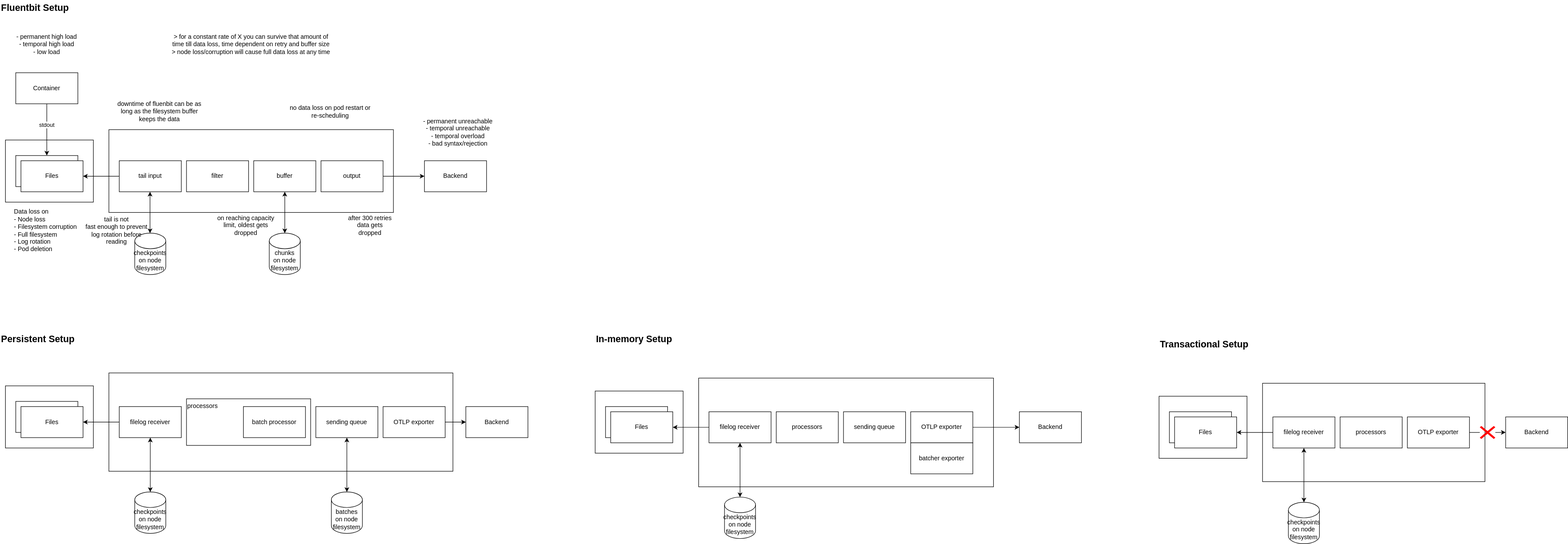
Before: telemetry-manager/logs-otlp-validation/architecture.drawio.svg, a diagram exported from draw.io (TeodorSAP/playground). Source tidied: cells renumbered, new cells last; positions are measured from the earlier drawing's top-left corner, leaving out a move shared by most shapes. Its diagram source:
```xml
<mxGraphModel>
  <root>
    <mxCell id="0" />
    <mxCell id="1" parent="0" />
    <mxCell id="2" style="rounded=0;whiteSpace=wrap;html=1;" parent="1" vertex="1">
      <mxGeometry x="10" y="270" width="170" height="120" as="geometry" />
    </mxCell>
    <mxCell id="3" value="Backend" style="rounded=0;whiteSpace=wrap;html=1;" parent="1" vertex="1">
      <mxGeometry x="820" y="310" width="120" height="60" as="geometry" />
    </mxCell>
    <mxCell id="4" value="Files" style="rounded=0;whiteSpace=wrap;html=1;" parent="1" vertex="1">
      <mxGeometry x="30" y="300" width="120" height="60" as="geometry" />
    </mxCell>
    <mxCell id="5" value="Files" style="rounded=0;whiteSpace=wrap;html=1;" parent="1" vertex="1">
      <mxGeometry x="40" y="310" width="120" height="60" as="geometry" />
    </mxCell>
    <mxCell id="6" style="rounded=0;whiteSpace=wrap;html=1;" parent="1" vertex="1">
      <mxGeometry x="210" y="250" width="550" height="160" as="geometry" />
    </mxCell>
    <mxCell id="7" style="edgeStyle=none;html=1;exitX=0;exitY=0.5;exitDx=0;exitDy=0;entryX=1;entryY=0.5;entryDx=0;entryDy=0;" parent="1" edge="1" source="8" target="5">
      <mxGeometry relative="1" as="geometry" />
    </mxCell>
    <mxCell id="8" value="tail input" style="rounded=0;whiteSpace=wrap;html=1;" parent="1" vertex="1">
      <mxGeometry x="230" y="310" width="120" height="60" as="geometry" />
    </mxCell>
    <mxCell id="9" value="Data loss on&lt;br&gt;- Node loss&lt;br&gt;- Filesystem corruption&lt;br&gt;- Full filesystem&lt;br&gt;- Log rotation&lt;br&gt;- Pod deletion" style="text;html=1;strokeColor=none;fillColor=none;align=left;verticalAlign=middle;whiteSpace=wrap;rounded=0;" parent="1" vertex="1">
      <mxGeometry x="25" y="420" width="135" height="50" as="geometry" />
    </mxCell>
    <mxCell id="10" style="edgeStyle=none;html=1;exitX=0.5;exitY=1;exitDx=0;exitDy=0;" parent="1" edge="1" source="12" target="4">
      <mxGeometry relative="1" as="geometry" />
    </mxCell>
    <mxCell id="11" value="stdout" style="edgeLabel;html=1;align=center;verticalAlign=middle;" parent="10" vertex="1">
      <mxGeometry x="-0.19" y="-1" relative="1" as="geometry" />
    </mxCell>
    <mxCell id="12" value="Container" style="rounded=0;whiteSpace=wrap;html=1;" parent="1" vertex="1">
      <mxGeometry x="30" y="140" width="120" height="60" as="geometry" />
    </mxCell>
    <mxCell id="13" value="filter" style="rounded=0;whiteSpace=wrap;html=1;" parent="1" vertex="1">
      <mxGeometry x="360" y="310" width="120" height="60" as="geometry" />
    </mxCell>
    <mxCell id="14" style="edgeStyle=none;html=1;exitX=0.5;exitY=1;exitDx=0;exitDy=0;entryX=0.5;entryY=0;entryDx=0;entryDy=0;entryPerimeter=0;startArrow=classic;startFill=1;" parent="1" edge="1" source="15" target="18">
      <mxGeometry relative="1" as="geometry" />
    </mxCell>
    <mxCell id="15" value="buffer" style="rounded=0;whiteSpace=wrap;html=1;" parent="1" vertex="1">
      <mxGeometry x="490" y="310" width="120" height="60" as="geometry" />
    </mxCell>
    <mxCell id="16" style="edgeStyle=none;html=1;exitX=1;exitY=0.5;exitDx=0;exitDy=0;startArrow=none;startFill=0;" parent="1" edge="1" source="17" target="3">
      <mxGeometry relative="1" as="geometry" />
    </mxCell>
    <mxCell id="17" value="output" style="rounded=0;whiteSpace=wrap;html=1;" parent="1" vertex="1">
      <mxGeometry x="620" y="310" width="120" height="60" as="geometry" />
    </mxCell>
    <mxCell id="18" value="chunks&lt;br&gt;on node filesystem" style="shape=cylinder3;whiteSpace=wrap;html=1;boundedLbl=1;backgroundOutline=1;size=15;" parent="1" vertex="1">
      <mxGeometry x="520" y="450" width="60" height="80" as="geometry" />
    </mxCell>
    <mxCell id="19" value="checkpoints on node filesystem" style="shape=cylinder3;whiteSpace=wrap;html=1;boundedLbl=1;backgroundOutline=1;size=15;" parent="1" vertex="1">
      <mxGeometry x="260" y="450" width="60" height="80" as="geometry" />
    </mxCell>
    <mxCell id="20" style="edgeStyle=none;html=1;exitX=0.5;exitY=1;exitDx=0;exitDy=0;entryX=0.5;entryY=0;entryDx=0;entryDy=0;entryPerimeter=0;startArrow=classic;startFill=1;" parent="1" edge="1">
      <mxGeometry relative="1" as="geometry">
        <mxPoint x="289.5" y="370" as="sourcePoint" />
        <mxPoint x="289.5" y="450" as="targetPoint" />
      </mxGeometry>
    </mxCell>
    <mxCell id="21" value="after 300 retries&lt;br&gt;data gets dropped" style="text;html=1;strokeColor=none;fillColor=none;align=center;verticalAlign=middle;whiteSpace=wrap;rounded=0;" parent="1" vertex="1">
      <mxGeometry x="670" y="420" width="90" height="30" as="geometry" />
    </mxCell>
    <mxCell id="22" value="on reaching capacity limit, oldest gets dropped" style="text;html=1;strokeColor=none;fillColor=none;align=center;verticalAlign=middle;whiteSpace=wrap;rounded=0;" parent="1" vertex="1">
      <mxGeometry x="410" y="420" width="130" height="30" as="geometry" />
    </mxCell>
    <mxCell id="23" value="- permanent unreachable&lt;br&gt;- temporal unreachable&lt;br&gt;- temporal overload&lt;br&gt;- bad syntax/rejection" style="text;html=1;strokeColor=none;fillColor=none;align=center;verticalAlign=middle;whiteSpace=wrap;rounded=0;" parent="1" vertex="1">
      <mxGeometry x="810" y="240" width="150" height="30" as="geometry" />
    </mxCell>
    <mxCell id="24" value="tail is not&lt;br&gt;fast enough to prevent log rotation before reading" style="text;html=1;strokeColor=none;fillColor=none;align=center;verticalAlign=middle;whiteSpace=wrap;rounded=0;" parent="1" vertex="1">
      <mxGeometry x="160" y="430" width="130" height="30" as="geometry" />
    </mxCell>
    <mxCell id="25" value="- permanent high load&lt;br&gt;- temporal high load&lt;br&gt;- low load" style="text;html=1;strokeColor=none;fillColor=none;align=center;verticalAlign=middle;whiteSpace=wrap;rounded=0;" parent="1" vertex="1">
      <mxGeometry x="15" y="70" width="150" height="30" as="geometry" />
    </mxCell>
    <mxCell id="26" value="&amp;gt; for a constant rate of X you can survive that amount of time till data loss, time dependent on retry and buffer size&lt;br&gt;&amp;gt; node loss/corruption will cause full data loss at any time" style="text;html=1;strokeColor=none;fillColor=none;align=center;verticalAlign=middle;whiteSpace=wrap;rounded=0;" parent="1" vertex="1">
      <mxGeometry x="325" y="70" width="320" height="30" as="geometry" />
    </mxCell>
    <mxCell id="27" value="no data loss on pod restart or re-scheduling" style="text;html=1;strokeColor=none;fillColor=none;align=center;verticalAlign=middle;whiteSpace=wrap;rounded=0;" parent="1" vertex="1">
      <mxGeometry x="550" y="200" width="176" height="30" as="geometry" />
    </mxCell>
    <mxCell id="28" value="downtime of fluenbit can be as long as the filesystem buffer keeps the data" style="text;html=1;strokeColor=none;fillColor=none;align=center;verticalAlign=middle;whiteSpace=wrap;rounded=0;" parent="1" vertex="1">
      <mxGeometry x="220" y="200" width="176" height="30" as="geometry" />
    </mxCell>
    <mxCell id="29" style="rounded=0;whiteSpace=wrap;html=1;" parent="1" vertex="1">
      <mxGeometry x="210" y="720" width="665" height="190" as="geometry" />
    </mxCell>
    <mxCell id="30" style="rounded=0;whiteSpace=wrap;html=1;" parent="1" vertex="1">
      <mxGeometry x="10" y="745" width="170" height="120" as="geometry" />
    </mxCell>
    <mxCell id="31" value="Files" style="rounded=0;whiteSpace=wrap;html=1;" parent="1" vertex="1">
      <mxGeometry x="30" y="775" width="120" height="60" as="geometry" />
    </mxCell>
    <mxCell id="32" value="Files" style="rounded=0;whiteSpace=wrap;html=1;" parent="1" vertex="1">
      <mxGeometry x="40" y="785" width="120" height="60" as="geometry" />
    </mxCell>
    <mxCell id="33" value="checkpoints on node filesystem" style="shape=cylinder3;whiteSpace=wrap;html=1;boundedLbl=1;backgroundOutline=1;size=15;" parent="1" vertex="1">
      <mxGeometry x="260" y="950" width="60" height="80" as="geometry" />
    </mxCell>
    <mxCell id="34" style="edgeStyle=none;html=1;exitX=0;exitY=0.5;exitDx=0;exitDy=0;entryX=1;entryY=0.5;entryDx=0;entryDy=0;" parent="1" edge="1" source="36" target="32">
      <mxGeometry relative="1" as="geometry" />
    </mxCell>
    <mxCell id="35" style="edgeStyle=none;html=1;exitX=0.5;exitY=1;exitDx=0;exitDy=0;entryX=0.5;entryY=0;entryDx=0;entryDy=0;entryPerimeter=0;startArrow=classic;startFill=1;" parent="1" edge="1" source="36" target="33">
      <mxGeometry relative="1" as="geometry" />
    </mxCell>
    <mxCell id="36" value="filelog receiver" style="rounded=0;whiteSpace=wrap;html=1;" parent="1" vertex="1">
      <mxGeometry x="230" y="785" width="120" height="60" as="geometry" />
    </mxCell>
    <mxCell id="37" value="processors" style="rounded=0;whiteSpace=wrap;html=1;align=left;verticalAlign=top;" parent="1" vertex="1">
      <mxGeometry x="360" y="770" width="240" height="90" as="geometry" />
    </mxCell>
    <mxCell id="38" style="edgeStyle=none;html=1;exitX=1;exitY=0.5;exitDx=0;exitDy=0;entryX=0;entryY=0.5;entryDx=0;entryDy=0;" parent="1" edge="1" source="39" target="40">
      <mxGeometry relative="1" as="geometry" />
    </mxCell>
    <mxCell id="39" value="OTLP exporter" style="rounded=0;whiteSpace=wrap;html=1;" parent="1" vertex="1">
      <mxGeometry x="740" y="785" width="120" height="60" as="geometry" />
    </mxCell>
    <mxCell id="40" value="Backend" style="rounded=0;whiteSpace=wrap;html=1;" parent="1" vertex="1">
      <mxGeometry x="900" y="785" width="120" height="60" as="geometry" />
    </mxCell>
    <mxCell id="41" style="edgeStyle=none;html=1;exitX=0.5;exitY=1;exitDx=0;exitDy=0;entryX=0.5;entryY=0;entryDx=0;entryDy=0;entryPerimeter=0;startArrow=classic;startFill=1;" parent="1" edge="1" source="42" target="43">
      <mxGeometry relative="1" as="geometry" />
    </mxCell>
    <mxCell id="42" value="sending queue" style="rounded=0;whiteSpace=wrap;html=1;" parent="1" vertex="1">
      <mxGeometry x="610" y="785" width="120" height="60" as="geometry" />
    </mxCell>
    <mxCell id="43" value="batches on node filesystem" style="shape=cylinder3;whiteSpace=wrap;html=1;boundedLbl=1;backgroundOutline=1;size=15;" parent="1" vertex="1">
      <mxGeometry x="640" y="950" width="60" height="80" as="geometry" />
    </mxCell>
    <mxCell id="44" value="batch processor" style="rounded=0;whiteSpace=wrap;html=1;" parent="1" vertex="1">
      <mxGeometry x="470" y="785" width="120" height="60" as="geometry" />
    </mxCell>
    <mxCell id="45" style="rounded=0;whiteSpace=wrap;html=1;" parent="1" vertex="1">
      <mxGeometry x="1350" y="730" width="570" height="210" as="geometry" />
    </mxCell>
    <mxCell id="46" value="sending queue" style="rounded=0;whiteSpace=wrap;html=1;" parent="45" vertex="1">
      <mxGeometry x="280" y="65" width="120" height="60" as="geometry" />
    </mxCell>
    <mxCell id="47" value="OTLP exporter" style="rounded=0;whiteSpace=wrap;html=1;" parent="45" vertex="1">
      <mxGeometry x="410" y="65" width="120" height="60" as="geometry" />
    </mxCell>
    <mxCell id="48" value="batcher exporter" style="rounded=0;whiteSpace=wrap;html=1;" parent="45" vertex="1">
      <mxGeometry x="410" y="125" width="120" height="60" as="geometry" />
    </mxCell>
    <mxCell id="49" style="rounded=0;whiteSpace=wrap;html=1;" parent="1" vertex="1">
      <mxGeometry x="1150" y="755" width="170" height="120" as="geometry" />
    </mxCell>
    <mxCell id="50" value="Files" style="rounded=0;whiteSpace=wrap;html=1;" parent="1" vertex="1">
      <mxGeometry x="1170" y="785" width="120" height="60" as="geometry" />
    </mxCell>
    <mxCell id="51" value="Files" style="rounded=0;whiteSpace=wrap;html=1;" parent="1" vertex="1">
      <mxGeometry x="1180" y="795" width="120" height="60" as="geometry" />
    </mxCell>
    <mxCell id="52" value="checkpoints on node filesystem" style="shape=cylinder3;whiteSpace=wrap;html=1;boundedLbl=1;backgroundOutline=1;size=15;" parent="1" vertex="1">
      <mxGeometry x="1400" y="960" width="60" height="80" as="geometry" />
    </mxCell>
    <mxCell id="53" style="edgeStyle=none;html=1;exitX=0;exitY=0.5;exitDx=0;exitDy=0;entryX=1;entryY=0.5;entryDx=0;entryDy=0;" parent="1" edge="1" source="55" target="51">
      <mxGeometry relative="1" as="geometry" />
    </mxCell>
    <mxCell id="54" style="edgeStyle=none;html=1;exitX=0.5;exitY=1;exitDx=0;exitDy=0;entryX=0.5;entryY=0;entryDx=0;entryDy=0;entryPerimeter=0;startArrow=classic;startFill=1;" parent="1" edge="1" source="55" target="52">
      <mxGeometry relative="1" as="geometry" />
    </mxCell>
    <mxCell id="55" value="filelog receiver" style="rounded=0;whiteSpace=wrap;html=1;" parent="1" vertex="1">
      <mxGeometry x="1370" y="795" width="120" height="60" as="geometry" />
    </mxCell>
    <mxCell id="56" value="processors" style="rounded=0;whiteSpace=wrap;html=1;align=center;verticalAlign=middle;" parent="1" vertex="1">
      <mxGeometry x="1500" y="795" width="120" height="60" as="geometry" />
    </mxCell>
    <mxCell id="57" style="edgeStyle=none;html=1;exitX=1;exitY=0.5;exitDx=0;exitDy=0;entryX=0;entryY=0.5;entryDx=0;entryDy=0;" parent="1" edge="1" source="47" target="58">
      <mxGeometry relative="1" as="geometry" />
    </mxCell>
    <mxCell id="58" value="Backend" style="rounded=0;whiteSpace=wrap;html=1;" parent="1" vertex="1">
      <mxGeometry x="1970" y="795" width="120" height="60" as="geometry" />
    </mxCell>
    <mxCell id="59" value="In-memory Setup" style="text;html=1;strokeColor=none;fillColor=none;align=left;verticalAlign=middle;whiteSpace=wrap;rounded=0;fontSize=18;fontStyle=1;" parent="1" vertex="1">
      <mxGeometry x="1150" y="640" width="180" height="30" as="geometry" />
    </mxCell>
    <mxCell id="60" value="Persistent Setup" style="text;html=1;strokeColor=none;fillColor=none;align=left;verticalAlign=middle;whiteSpace=wrap;rounded=0;fontSize=18;fontStyle=1;" parent="1" vertex="1">
      <mxGeometry y="640" width="180" height="30" as="geometry" />
    </mxCell>
    <mxCell id="61" value="Fluentbit Setup" style="text;html=1;strokeColor=none;fillColor=none;align=left;verticalAlign=middle;whiteSpace=wrap;rounded=0;fontSize=18;fontStyle=1;" parent="1" vertex="1">
      <mxGeometry width="180" height="30" as="geometry" />
    </mxCell>
    <mxCell id="62" style="rounded=0;whiteSpace=wrap;html=1;" parent="1" vertex="1">
      <mxGeometry x="2440" y="740" width="430" height="190" as="geometry" />
    </mxCell>
    <mxCell id="63" style="rounded=0;whiteSpace=wrap;html=1;" parent="1" vertex="1">
      <mxGeometry x="2240" y="765" width="170" height="120" as="geometry" />
    </mxCell>
    <mxCell id="64" value="Files" style="rounded=0;whiteSpace=wrap;html=1;" parent="1" vertex="1">
      <mxGeometry x="2260" y="795" width="120" height="60" as="geometry" />
    </mxCell>
    <mxCell id="65" value="Files" style="rounded=0;whiteSpace=wrap;html=1;" parent="1" vertex="1">
      <mxGeometry x="2270" y="805" width="120" height="60" as="geometry" />
    </mxCell>
    <mxCell id="66" value="checkpoints on node filesystem" style="shape=cylinder3;whiteSpace=wrap;html=1;boundedLbl=1;backgroundOutline=1;size=15;" parent="1" vertex="1">
      <mxGeometry x="2490" y="970" width="60" height="80" as="geometry" />
    </mxCell>
    <mxCell id="67" style="edgeStyle=none;html=1;exitX=0;exitY=0.5;exitDx=0;exitDy=0;entryX=1;entryY=0.5;entryDx=0;entryDy=0;" parent="1" edge="1" source="69" target="65">
      <mxGeometry relative="1" as="geometry" />
    </mxCell>
    <mxCell id="68" style="edgeStyle=none;html=1;exitX=0.5;exitY=1;exitDx=0;exitDy=0;entryX=0.5;entryY=0;entryDx=0;entryDy=0;entryPerimeter=0;startArrow=classic;startFill=1;" parent="1" edge="1" source="69" target="66">
      <mxGeometry relative="1" as="geometry" />
    </mxCell>
    <mxCell id="69" value="filelog receiver" style="rounded=0;whiteSpace=wrap;html=1;" parent="1" vertex="1">
      <mxGeometry x="2460" y="805" width="120" height="60" as="geometry" />
    </mxCell>
    <mxCell id="70" value="processors" style="rounded=0;whiteSpace=wrap;html=1;align=center;verticalAlign=middle;" parent="1" vertex="1">
      <mxGeometry x="2590" y="805" width="120" height="60" as="geometry" />
    </mxCell>
    <mxCell id="71" style="edgeStyle=none;html=1;exitX=1;exitY=0.5;exitDx=0;exitDy=0;entryX=0;entryY=0.5;entryDx=0;entryDy=0;startArrow=none;" parent="1" edge="1" source="76" target="72">
      <mxGeometry relative="1" as="geometry" />
    </mxCell>
    <mxCell id="72" value="Backend" style="rounded=0;whiteSpace=wrap;html=1;" parent="1" vertex="1">
      <mxGeometry x="2910" y="805" width="120" height="60" as="geometry" />
    </mxCell>
    <mxCell id="73" value="Transactional Setup" style="text;html=1;strokeColor=none;fillColor=none;align=left;verticalAlign=middle;whiteSpace=wrap;rounded=0;fontSize=18;fontStyle=1;" parent="1" vertex="1">
      <mxGeometry x="2240" y="650" width="180" height="30" as="geometry" />
    </mxCell>
    <mxCell id="74" value="OTLP exporter" style="rounded=0;whiteSpace=wrap;html=1;" parent="1" vertex="1">
      <mxGeometry x="2720" y="805" width="120" height="60" as="geometry" />
    </mxCell>
    <mxCell id="75" style="edgeStyle=none;html=1;exitX=1;exitY=0.5;exitDx=0;exitDy=0;entryX=0;entryY=0.5;entryDx=0;entryDy=0;endArrow=none;" parent="1" edge="1" target="76">
      <mxGeometry relative="1" as="geometry">
        <mxPoint x="2840" y="835" as="sourcePoint" />
      </mxGeometry>
    </mxCell>
    <mxCell id="76" style="shape=mxgraph.mockup.markup.redX;fillColor=#ff0000;html=1;shadow=0;strokeColor=none;" parent="1" vertex="1">
      <mxGeometry x="2860" y="822.5" width="30" height="25" as="geometry" />
    </mxCell>
  </root>
</mxGraphModel>
```
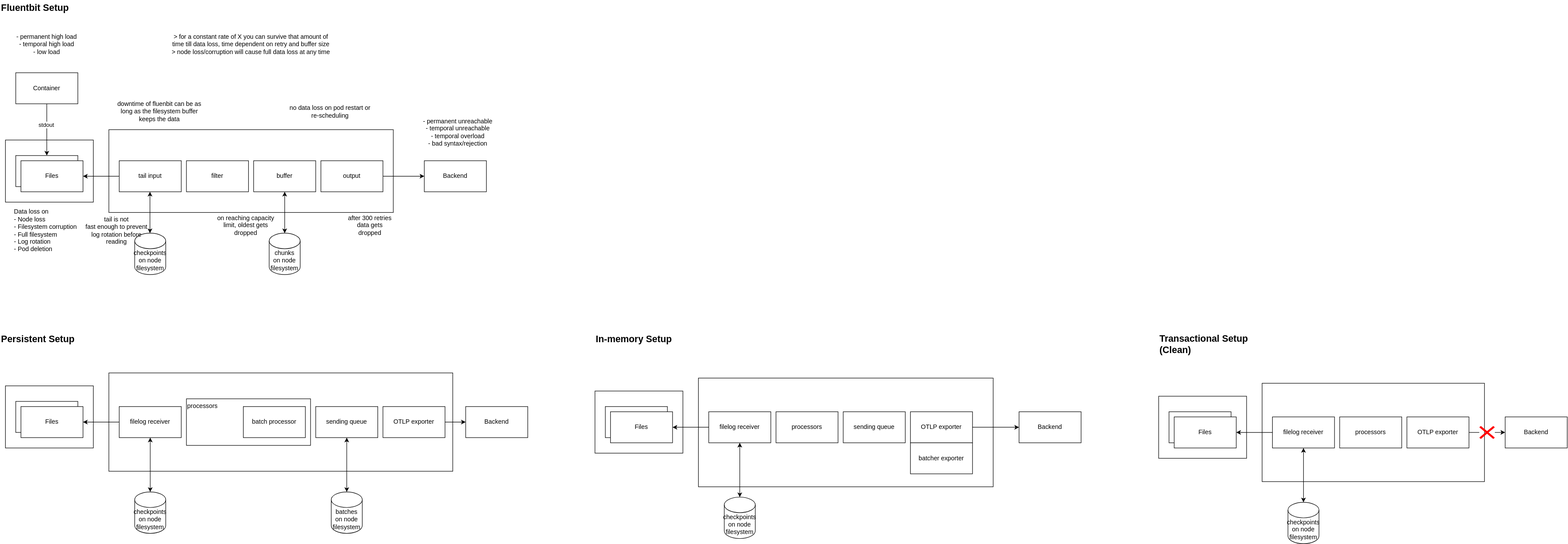
Above is the later version.

Commit message:
Architecture testing WIP

Diff of the diagram source:
```diff
@@ -218,7 +218,7 @@
     <mxCell id="72" value="Backend" style="rounded=0;whiteSpace=wrap;html=1;" parent="1" vertex="1">
       <mxGeometry x="2910" y="805" width="120" height="60" as="geometry" />
     </mxCell>
-    <mxCell id="73" value="Transactional Setup" style="text;html=1;strokeColor=none;fillColor=none;align=left;verticalAlign=middle;whiteSpace=wrap;rounded=0;fontSize=18;fontStyle=1;" parent="1" vertex="1">
+    <mxCell id="73" value="Transactional Setup (Clean)" style="text;html=1;strokeColor=none;fillColor=none;align=left;verticalAlign=middle;whiteSpace=wrap;rounded=0;fontSize=18;fontStyle=1;" parent="1" vertex="1">
       <mxGeometry x="2240" y="650" width="180" height="30" as="geometry" />
     </mxCell>
     <mxCell id="74" value="OTLP exporter" style="rounded=0;whiteSpace=wrap;html=1;" parent="1" vertex="1">
```
